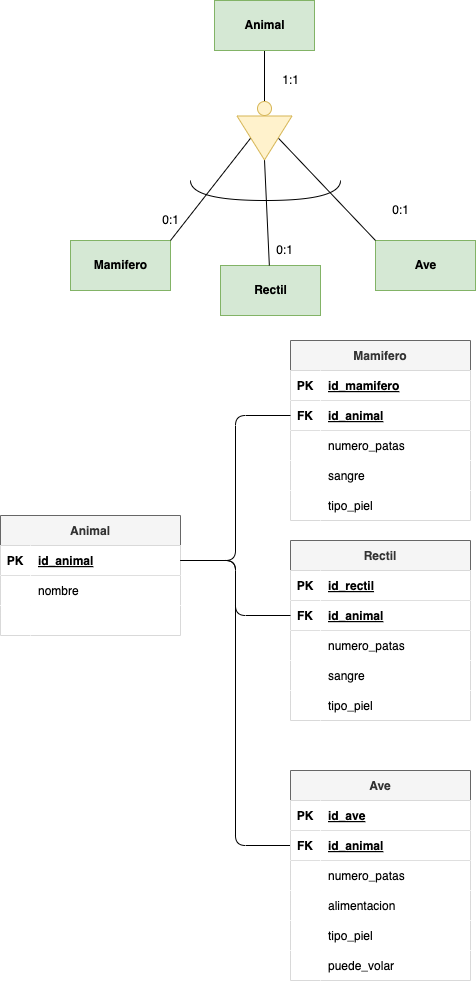
The draw.io diagram tareas/tarea-3/images/ejercicio19.drawio.png in deylansystem/actividadesBAE, before a commit. Source tidied: cells renumbered, new cells last; positions are measured from the earlier drawing's top-left corner, leaving out a move shared by most shapes.
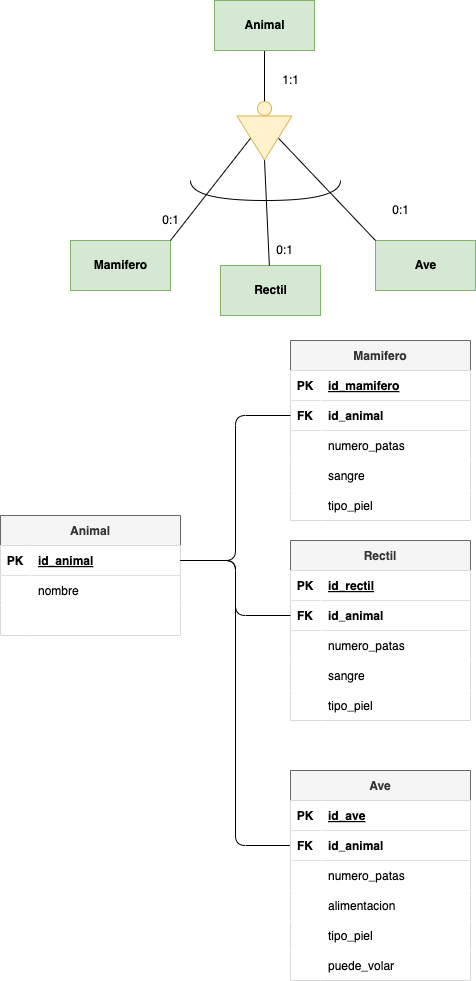
After the commit.

Diff of the diagram source:
```diff
@@ -105,7 +105,7 @@
     <mxCell id="33" value="FK" style="shape=partialRectangle;fillColor=#FFFFFF;top=0;left=0;bottom=0;right=0;fontStyle=1;overflow=hidden;fontColor=#000000;" parent="32" vertex="1">
       <mxGeometry width="30" height="30" as="geometry" />
     </mxCell>
-    <mxCell id="34" value="id_animal" style="shape=partialRectangle;fillColor=#FFFFFF;top=0;left=0;bottom=0;right=0;align=left;spacingLeft=6;fontStyle=5;overflow=hidden;fontColor=#000000;" parent="32" vertex="1">
+    <mxCell id="34" value="id_animal" style="shape=partialRectangle;fillColor=#FFFFFF;top=0;left=0;bottom=0;right=0;align=left;spacingLeft=6;fontStyle=1;overflow=hidden;fontColor=#000000;" parent="32" vertex="1">
       <mxGeometry x="30" width="150" height="30" as="geometry" />
     </mxCell>
     <mxCell id="35" style="shape=tableRow;horizontal=0;startSize=0;swimlaneHead=0;swimlaneBody=0;fillColor=#FFFFFF;top=0;left=0;right=0;bottom=0;fontColor=#000000;" parent="28" vertex="1">
@@ -156,7 +156,7 @@
     <mxCell id="50" value="FK" style="shape=partialRectangle;fillColor=#FFFFFF;top=0;left=0;bottom=0;right=0;fontStyle=1;overflow=hidden;fontColor=#000000;" parent="49" vertex="1">
       <mxGeometry width="30" height="30" as="geometry" />
     </mxCell>
-    <mxCell id="51" value="id_animal" style="shape=partialRectangle;fillColor=#FFFFFF;top=0;left=0;bottom=0;right=0;align=left;spacingLeft=6;fontStyle=5;overflow=hidden;fontColor=#000000;" parent="49" vertex="1">
+    <mxCell id="51" value="id_animal" style="shape=partialRectangle;fillColor=#FFFFFF;top=0;left=0;bottom=0;right=0;align=left;spacingLeft=6;fontStyle=1;overflow=hidden;fontColor=#000000;" parent="49" vertex="1">
       <mxGeometry x="30" width="150" height="30" as="geometry" />
     </mxCell>
     <mxCell id="52" style="shape=tableRow;horizontal=0;startSize=0;swimlaneHead=0;swimlaneBody=0;fillColor=#FFFFFF;top=0;left=0;right=0;bottom=0;fontColor=#000000;" parent="45" vertex="1">
@@ -210,7 +210,7 @@
     <mxCell id="68" value="FK" style="shape=partialRectangle;fillColor=#FFFFFF;top=0;left=0;bottom=0;right=0;fontStyle=1;overflow=hidden;fontColor=#000000;" parent="67" vertex="1">
       <mxGeometry width="30" height="30" as="geometry" />
     </mxCell>
-    <mxCell id="69" value="id_animal" style="shape=partialRectangle;fillColor=#FFFFFF;top=0;left=0;bottom=0;right=0;align=left;spacingLeft=6;fontStyle=5;overflow=hidden;fontColor=#000000;" parent="67" vertex="1">
+    <mxCell id="69" value="id_animal" style="shape=partialRectangle;fillColor=#FFFFFF;top=0;left=0;bottom=0;right=0;align=left;spacingLeft=6;fontStyle=1;overflow=hidden;fontColor=#000000;" parent="67" vertex="1">
       <mxGeometry x="30" width="150" height="30" as="geometry" />
     </mxCell>
     <mxCell id="70" style="shape=tableRow;horizontal=0;startSize=0;swimlaneHead=0;swimlaneBody=0;fillColor=#FFFFFF;top=0;left=0;right=0;bottom=0;fontColor=#000000;" parent="63" vertex="1">
```
